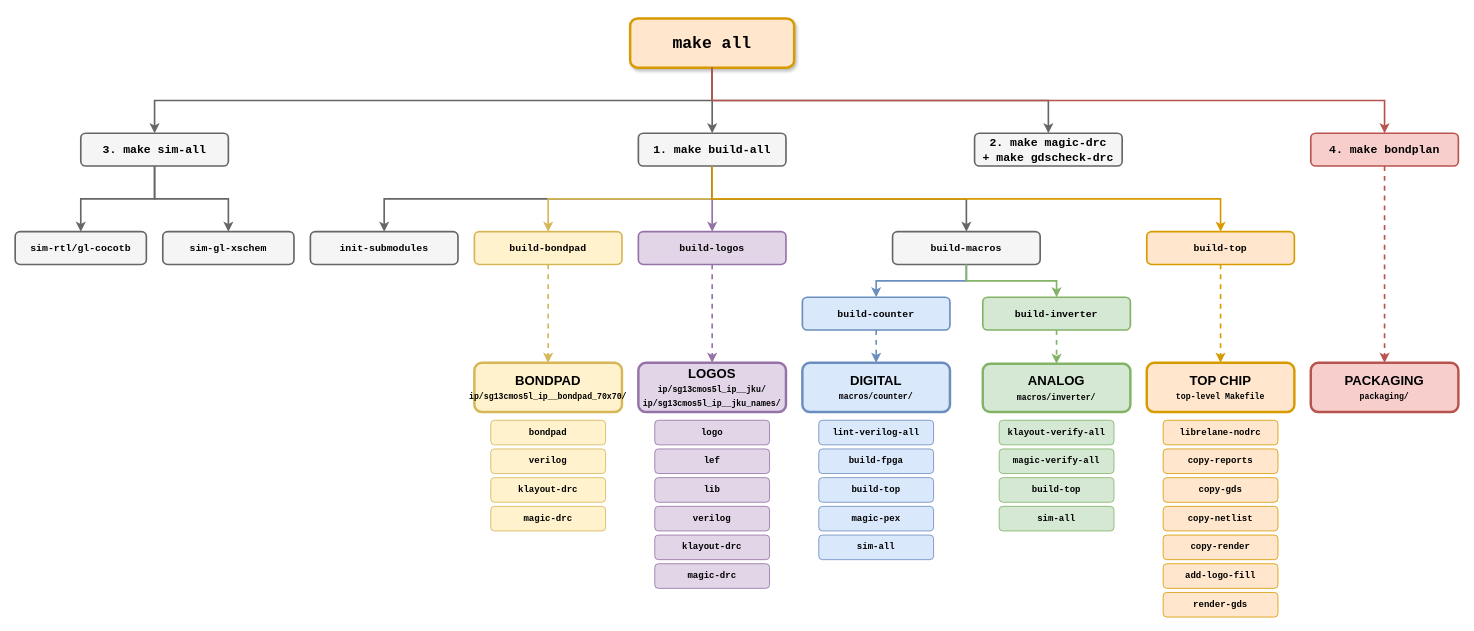
This is tutorial/fig/targets_overview/targets_overview.drawio from iic-jku/ihp-sg13cmos5l-ams-chip-template, a draw.io file, before an edit. Source tidied: cells renumbered, new cells numbered last; positions are measured from the earlier drawing's top-left corner, leaving out a move shared by most shapes. Both pictures are drawn from the tidied source at 82%, with x=0, y=0 at pixel (15, 18).
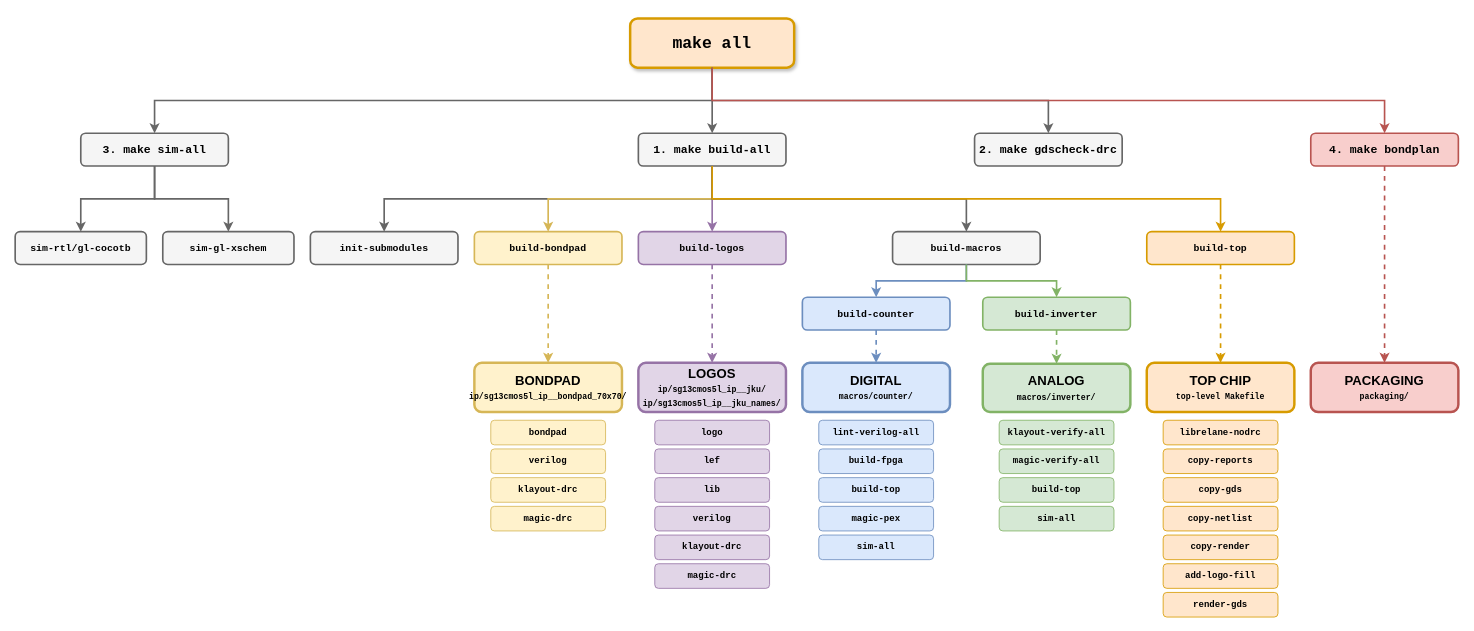
Above is the later version.

Commit message (it also covers changes not shown here):
left the chip's Magic DRC out of `make all` until the foundry cells are clean in it

Diff of the diagram source:
```diff
@@
-    <mxCell id="5" value="&lt;font face=&quot;Courier New&quot;&gt;&lt;b&gt;2. make magic-drc&lt;br&gt;+ make gdscheck-drc&lt;/b&gt;&lt;/font&gt;" style="rounded=1;whiteSpace=wrap;html=1;fontSize=14;fillColor=#f5f5f5;strokeColor=#666666;strokeWidth=2;fontStyle=1;verticalAlign=middle;sketch=0;" parent="1" vertex="1">
+    <mxCell id="5" value="&lt;font face=&quot;Courier New&quot;&gt;&lt;b&gt;2. make gdscheck-drc&lt;/b&gt;&lt;/font&gt;" style="rounded=1;whiteSpace=wrap;html=1;fontSize=14;fillColor=#f5f5f5;strokeColor=#666666;strokeWidth=2;fontStyle=1;verticalAlign=middle;sketch=0;" parent="1" vertex="1">
       <mxGeometry x="1170" y="140" width="180" height="40" as="geometry" />
     </mxCell>
```
